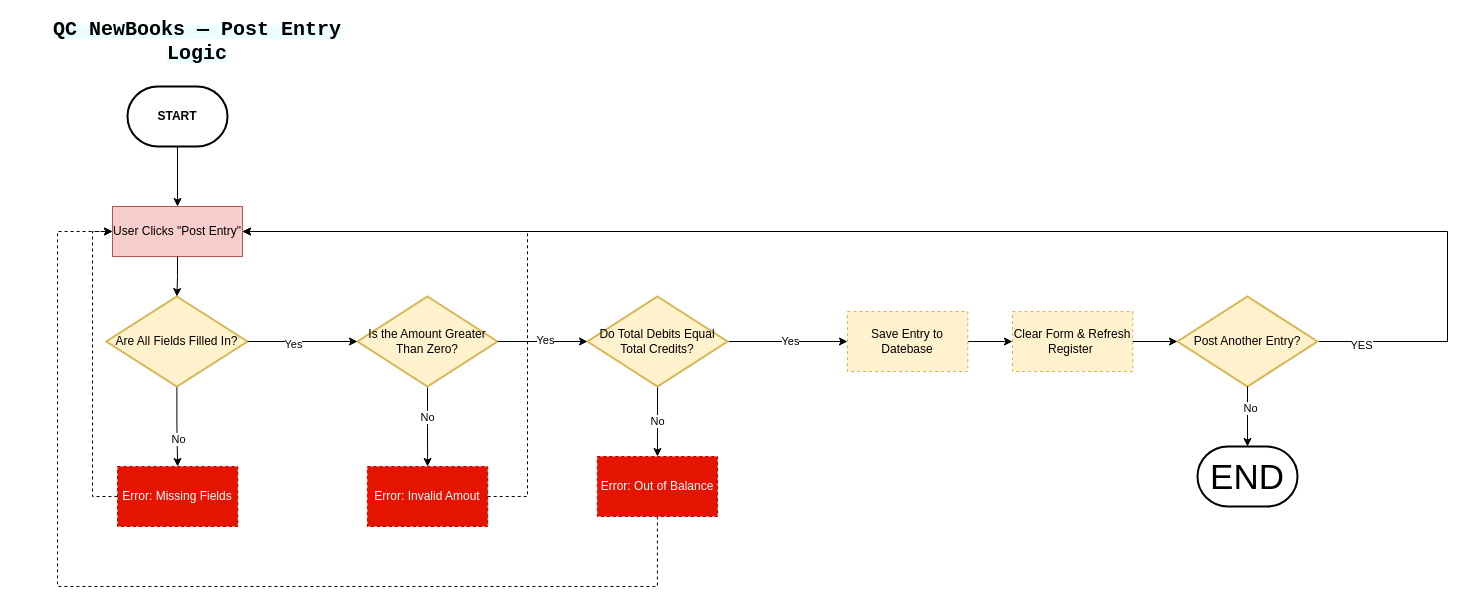
This is page "Part A — Flowchart." (1 of 2) of QC_NewBooks_Diagrams.drawio from Sriaz0721/diagram-qc-new-books, a draw.io file, before an edit. Source tidied: cells renumbered, new cells numbered last; positions are measured from the earlier drawing's top-left corner, leaving out a move shared by most shapes. Both pictures are drawn from the tidied source at 100%, with x=0, y=0 at pixel (17, 26).
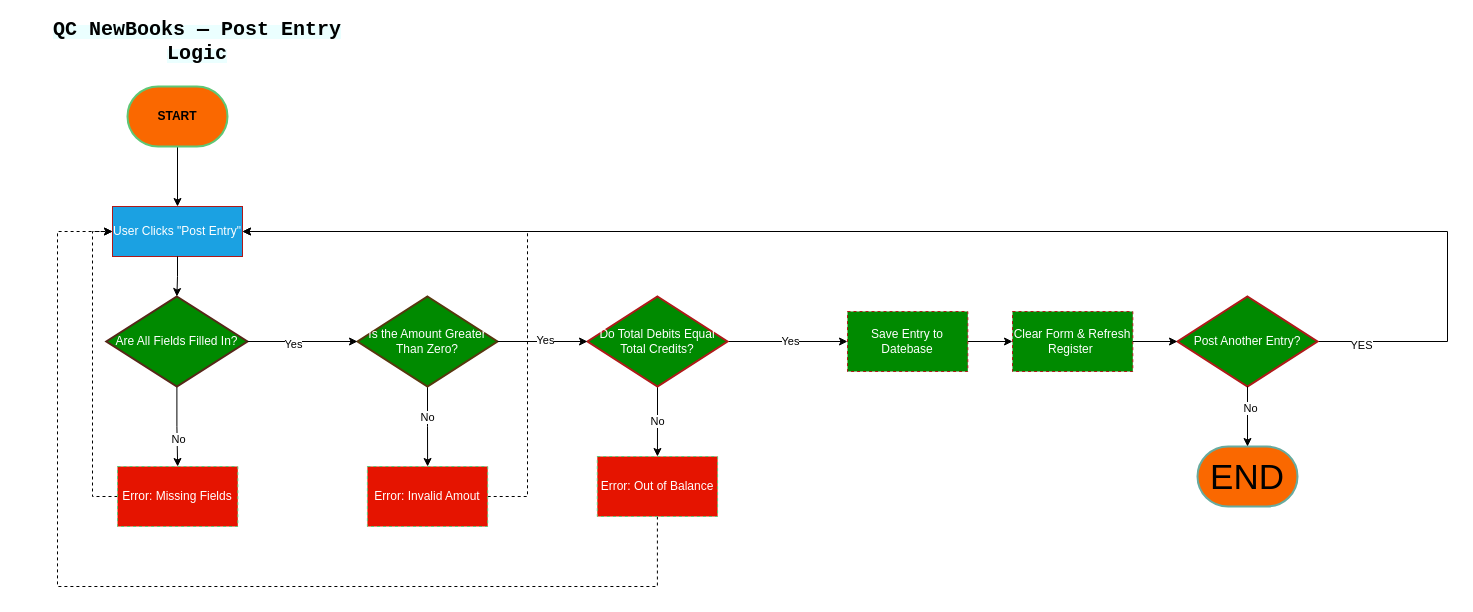
Above is the later version.

Diff of the diagram source:
```diff
@@
-    <mxCell id="4" value="&lt;b&gt;START&lt;/b&gt;" style="strokeWidth=2;html=1;shape=mxgraph.flowchart.terminator;whiteSpace=wrap;" parent="1" vertex="1">
+    <mxCell id="4" value="&lt;b&gt;START&lt;/b&gt;" style="strokeWidth=2;html=1;shape=mxgraph.flowchart.terminator;whiteSpace=wrap;fillColor=#fa6800;fontColor=#000000;strokeColor=#5EC775;" parent="1" vertex="1">
       <mxGeometry x="110" y="60" width="100" height="60" as="geometry" />
     </mxCell>
-    <mxCell id="5" value="User Clicks &quot;Post Entry&quot;" style="html=1;dashed=0;whiteSpace=wrap;fillColor=#f8cecc;strokeColor=#b85450;" parent="1" vertex="1">
+    <mxCell id="5" value="User Clicks &quot;Post Entry&quot;" style="html=1;dashed=0;whiteSpace=wrap;fillColor=#1ba1e2;strokeColor=#AF1919;fontColor=#ffffff;" parent="1" vertex="1">
       <mxGeometry x="95" y="180" width="130" height="50" as="geometry" />
     </mxCell>
@@
-    <mxCell id="8" value="Are All Fields Filled In?" style="strokeWidth=2;html=1;shape=mxgraph.flowchart.decision;whiteSpace=wrap;fillColor=#fff2cc;strokeColor=#d6b656;" parent="1" vertex="1">
+    <mxCell id="8" value="Are All Fields Filled In?" style="strokeWidth=2;html=1;shape=mxgraph.flowchart.decision;whiteSpace=wrap;fillColor=#008a00;strokeColor=#572719;fontColor=#ffffff;" parent="1" vertex="1">
       <mxGeometry x="88.8" y="270" width="141.2" height="90" as="geometry" />
     </mxCell>
@@
-    <mxCell id="11" value="Error: Missing Fields" style="html=1;dashed=1;whiteSpace=wrap;fillStyle=auto;fillColor=#e51400;strokeColor=#B20000;fontColor=#ffffff;" parent="1" vertex="1">
+    <mxCell id="11" value="Error: Missing Fields" style="html=1;dashed=1;whiteSpace=wrap;fillStyle=auto;fillColor=#e51400;strokeColor=#5EC775;fontColor=#ffffff;" parent="1" vertex="1">
       <mxGeometry x="100" y="440" width="120.3" height="60" as="geometry" />
     </mxCell>
@@
-    <mxCell id="14" value="Is the Amount Greater Than Zero?" style="strokeWidth=2;html=1;shape=mxgraph.flowchart.decision;whiteSpace=wrap;fillColor=#fff2cc;strokeColor=#d6b656;" parent="1" vertex="1">
+    <mxCell id="14" value="Is the Amount Greater Than Zero?" style="strokeWidth=2;html=1;shape=mxgraph.flowchart.decision;whiteSpace=wrap;fillColor=#008a00;strokeColor=#57370E;fontColor=#ffffff;" parent="1" vertex="1">
       <mxGeometry x="340" y="270" width="140" height="90" as="geometry" />
     </mxCell>
@@
-    <mxCell id="18" value="Error: Invalid Amout" style="html=1;dashed=1;whiteSpace=wrap;fillStyle=auto;fillColor=#e51400;strokeColor=#B20000;fontColor=#ffffff;" parent="1" vertex="1">
+    <mxCell id="18" value="Error: Invalid Amout" style="html=1;dashed=1;whiteSpace=wrap;fillStyle=auto;fillColor=#e51400;strokeColor=#5EC775;fontColor=#ffffff;" parent="1" vertex="1">
       <mxGeometry x="349.9" y="440" width="120.3" height="60" as="geometry" />
     </mxCell>
@@
-    <mxCell id="22" value="Do Total Debits Equal Total Credits?" style="strokeWidth=2;html=1;shape=mxgraph.flowchart.decision;whiteSpace=wrap;fillColor=#fff2cc;strokeColor=#d6b656;" parent="1" vertex="1">
+    <mxCell id="22" value="&lt;font&gt;Do Total Debits Equal Total Credits?&lt;/font&gt;" style="strokeWidth=2;html=1;shape=mxgraph.flowchart.decision;whiteSpace=wrap;fillColor=#008a00;strokeColor=#AF1919;fontColor=#ffffff;" parent="1" vertex="1">
       <mxGeometry x="570" y="270" width="140" height="90" as="geometry" />
     </mxCell>
@@
-    <mxCell id="26" value="Error: Out of Balance" style="html=1;dashed=1;whiteSpace=wrap;fillStyle=auto;fillColor=#e51400;strokeColor=#B20000;fontColor=#ffffff;" parent="1" vertex="1">
+    <mxCell id="26" value="Error: Out of Balance" style="html=1;dashed=1;whiteSpace=wrap;fillStyle=auto;fillColor=#e51400;strokeColor=#5EC775;fontColor=#ffffff;" parent="1" vertex="1">
       <mxGeometry x="579.8" y="430" width="120.3" height="60" as="geometry" />
     </mxCell>
@@
-    <mxCell id="28" value="Save Entry to Datebase" style="html=1;dashed=1;whiteSpace=wrap;fillStyle=auto;fillColor=#fff2cc;strokeColor=#d6b656;" parent="1" vertex="1">
+    <mxCell id="28" value="Save Entry to Datebase" style="html=1;dashed=1;whiteSpace=wrap;fillStyle=auto;fillColor=#008a00;strokeColor=#AF1919;fontColor=#ffffff;" parent="1" vertex="1">
       <mxGeometry x="830" y="285" width="120.3" height="60" as="geometry" />
     </mxCell>
-    <mxCell id="29" value="Clear Form &amp;amp; Refresh Register&amp;nbsp;" style="html=1;dashed=1;whiteSpace=wrap;fillStyle=auto;fillColor=#fff2cc;strokeColor=#d6b656;" parent="1" vertex="1">
+    <mxCell id="29" value="Clear Form &amp;amp; Refresh Register&amp;nbsp;" style="html=1;dashed=1;whiteSpace=wrap;fillStyle=auto;fillColor=#008a00;strokeColor=#AF1919;fontColor=#ffffff;" parent="1" vertex="1">
       <mxGeometry x="995" y="285" width="120.3" height="60" as="geometry" />
     </mxCell>
@@
-    <mxCell id="32" value="Post Another Entry?" style="strokeWidth=2;html=1;shape=mxgraph.flowchart.decision;whiteSpace=wrap;fillColor=#fff2cc;strokeColor=#d6b656;" parent="1" vertex="1">
+    <mxCell id="32" value="Post Another Entry?" style="strokeWidth=2;html=1;shape=mxgraph.flowchart.decision;whiteSpace=wrap;fillColor=#008a00;strokeColor=#AF1919;fontColor=#ffffff;" parent="1" vertex="1">
       <mxGeometry x="1160" y="270" width="140" height="90" as="geometry" />
     </mxCell>
@@
-    <mxCell id="34" value="&lt;font style=&quot;font-size: 35px;&quot;&gt;END&lt;/font&gt;" style="strokeWidth=2;html=1;shape=mxgraph.flowchart.terminator;whiteSpace=wrap;" parent="1" vertex="1">
+    <mxCell id="34" value="&lt;font style=&quot;font-size: 35px;&quot;&gt;END&lt;/font&gt;" style="strokeWidth=2;html=1;shape=mxgraph.flowchart.terminator;whiteSpace=wrap;fillColor=#fa6800;fontColor=#000000;strokeColor=#67AB9F;" parent="1" vertex="1">
       <mxGeometry x="1180" y="420" width="100" height="60" as="geometry" />
     </mxCell>
```
